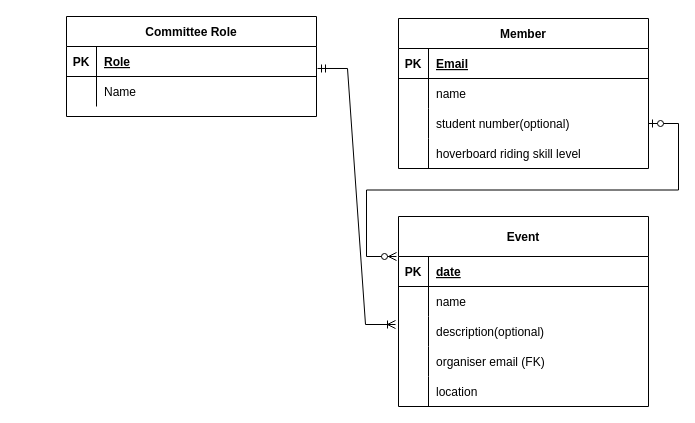
HandsomeAntalya/git_practise keeps this draw.io diagram as 未命名绘图.drawio. Above is the earlier version. Source tidied: cells renumbered, new cells numbered last; positions are measured from the earlier drawing's top-left corner, leaving out a move shared by most shapes. Both pictures are drawn from the tidied source at 100%, with x=0, y=0 at pixel (66, 16).
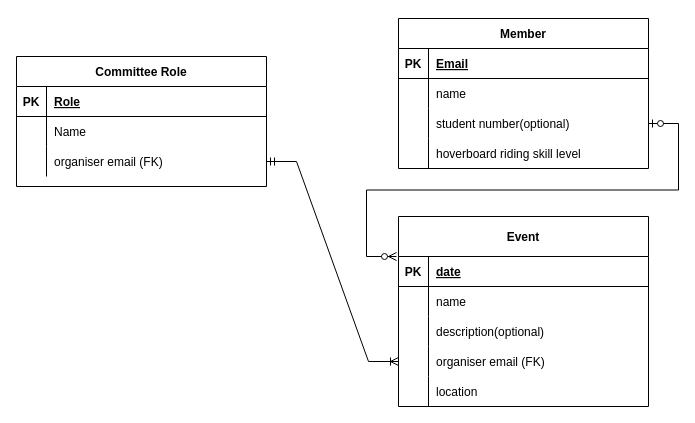
After the change.

The change refers to these unchanged cells:
```xml
<mxCell id="22" style="shape=partialRectangle;fillColor=none;points=[[0,0.5],[1,0.5]];portConstraint=eastwest;top=0;left=0;right=0;bottom=0;" parent="15" vertex="1">
  <mxGeometry y="100" width="250" height="30" as="geometry" />
</mxCell>
<mxCell id="25" style="shape=partialRectangle;fillColor=none;points=[[0,0.5],[1,0.5]];portConstraint=eastwest;top=0;left=0;right=0;bottom=0;" parent="15" vertex="1">
  <mxGeometry y="130" width="250" height="30" as="geometry" />
</mxCell>
<mxCell id="32" style="shape=partialRectangle;fillColor=none;points=[[0,0.5],[1,0.5]];portConstraint=eastwest;top=0;left=0;right=0;bottom=1;" parent="31" vertex="1">
  <mxGeometry y="30" width="250" height="30" as="geometry" />
</mxCell>
```

The edit, as a diff of the source:
```diff
@@
     <mxCell id="31" value="Committee Role" style="shape=table;startSize=30;childLayout=tableLayout;rowLines=0;fontStyle=1;align=center;" parent="1" vertex="1">
-      <mxGeometry width="250" height="100" as="geometry" />
+      <mxGeometry x="-50" y="40" width="250" height="130" as="geometry" />
     </mxCell>
@@
+    <mxCell id="40" style="shape=partialRectangle;fillColor=none;points=[[0,0.5],[1,0.5]];portConstraint=eastwest;top=0;left=0;right=0;bottom=0;" parent="31" vertex="1">
+      <mxGeometry y="90" width="250" height="30" as="geometry" />
+    </mxCell>
+    <mxCell id="41" style="shape=partialRectangle;overflow=hidden;fillColor=none;top=0;left=0;bottom=0;right=0;" parent="40" vertex="1">
+      <mxGeometry width="30" height="30" as="geometry" />
+    </mxCell>
+    <mxCell id="42" value="organiser email (FK)" style="shape=partialRectangle;overflow=hidden;fillColor=none;top=0;left=0;bottom=0;right=0;align=left;spacingLeft=6;" parent="40" vertex="1">
+      <mxGeometry x="30" width="220" height="30" as="geometry" />
+    </mxCell>
-    <mxCell id="38" style="edgeStyle=entityRelationEdgeStyle;fontSize=12;html=1;endArrow=ERoneToMany;startArrow=ERmandOne;rounded=0;entryX=-0.012;entryY=0.267;entryDx=0;entryDy=0;entryPerimeter=0;exitX=1.004;exitY=0.733;exitDx=0;exitDy=0;exitPerimeter=0;" parent="1" edge="1" source="32" target="22">
+    <mxCell id="38" style="edgeStyle=entityRelationEdgeStyle;fontSize=12;html=1;endArrow=ERoneToMany;startArrow=ERmandOne;rounded=0;entryX=0;entryY=0.5;entryDx=0;entryDy=0;exitX=1;exitY=0.5;exitDx=0;exitDy=0;" parent="1" edge="1" source="40" target="25">
       <mxGeometry relative="1" as="geometry" />
     </mxCell>
```
